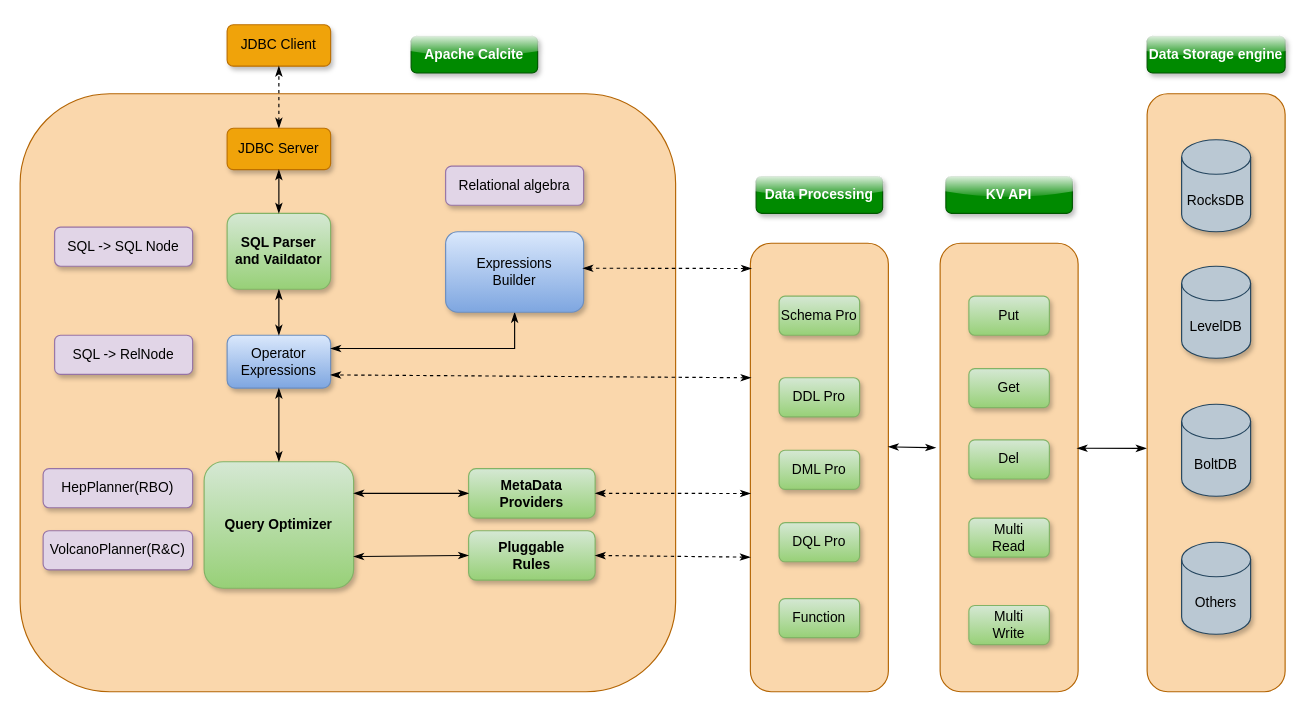
The draw.io diagram Untitled Diagram.drawio in arlottang/tdh_bit, before the edit. Source tidied: cells renumbered, new cells numbered last; positions are measured from the earlier drawing's top-left corner, leaving out a move shared by most shapes. Both pictures are drawn from the tidied source at 115%, with x=0, y=0 at pixel (20, 24).
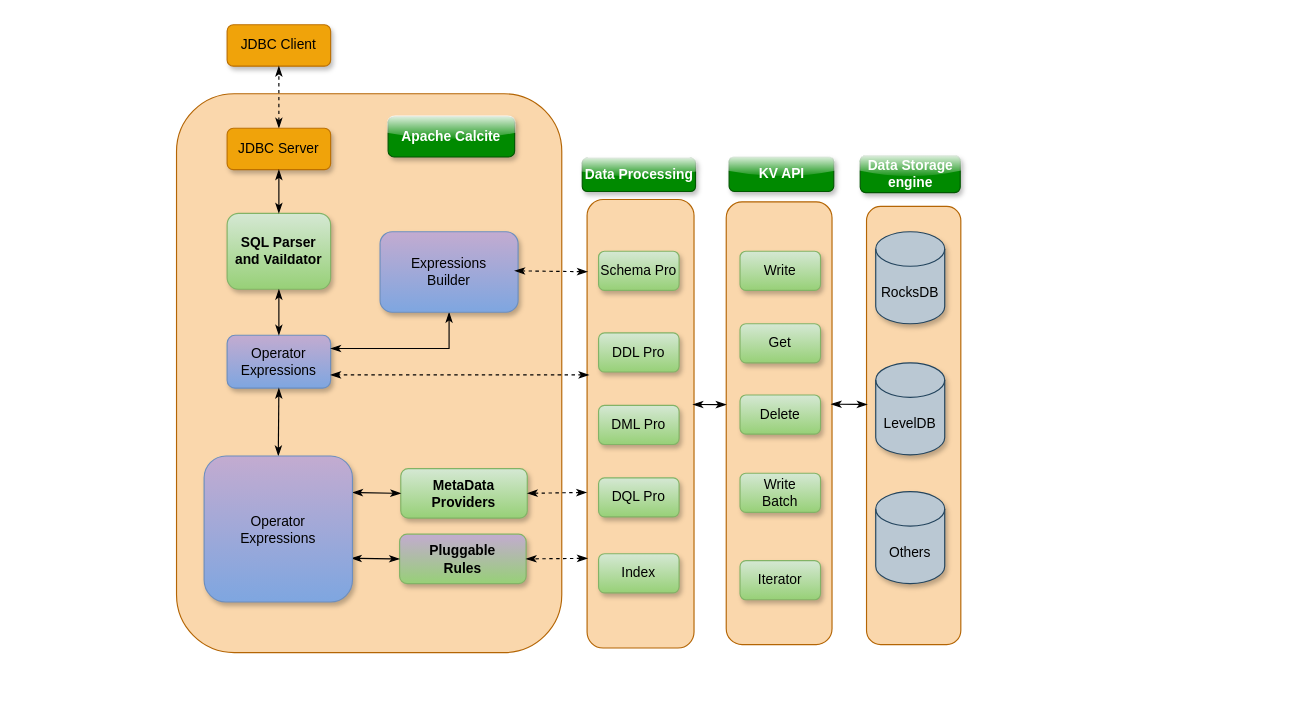
After the change.

Change to the diagram source:
```diff
@@
     <mxCell id="2" style="rounded=1;whiteSpace=wrap;html=1;hachureGap=4;strokeWidth=1;glass=0;shadow=0;fillColor=#fad7ac;strokeColor=#b46504;" parent="1" vertex="1">
-      <mxGeometry y="60" width="570" height="520" as="geometry" />
+      <mxGeometry x="136" y="60" width="335" height="486" as="geometry" />
     </mxCell>
     <mxCell id="3" value="Apache Calcite" style="rounded=1;whiteSpace=wrap;html=1;hachureGap=4;fillColor=#008a00;strokeColor=#005700;fontColor=#ffffff;fontStyle=1;shadow=1;glass=1;" parent="1" vertex="1">
-      <mxGeometry x="340" y="10" width="110" height="32" as="geometry" />
+      <mxGeometry x="320" y="80" width="110" height="35" as="geometry" />
     </mxCell>
@@
-    <mxCell id="7" value="SQL Parser&lt;br&gt;and Vaildator" style="rounded=1;whiteSpace=wrap;html=1;shadow=1;glass=0;hachureGap=4;strokeWidth=1;fillColor=#d5e8d4;fontStyle=1;strokeColor=#82b366;gradientColor=#97d077;" parent="1" vertex="1">
+    <mxCell id="7" value="SQL Parser&lt;br&gt;and Vaildator" style="rounded=1;whiteSpace=wrap;html=1;shadow=1;glass=0;hachureGap=4;strokeWidth=1;fillColor=#D5E8D4;fontStyle=1;strokeColor=#82b366;gradientColor=#97d077;" parent="1" vertex="1">
       <mxGeometry x="180" y="164" width="90" height="66" as="geometry" />
     </mxCell>
-    <mxCell id="8" value="Operator&lt;br&gt;Expressions" style="rounded=1;whiteSpace=wrap;html=1;shadow=1;glass=0;hachureGap=4;strokeWidth=1;fillColor=#dae8fc;gradientColor=#7ea6e0;strokeColor=#6c8ebf;" parent="1" vertex="1">
+    <mxCell id="8" value="Operator&lt;br&gt;Expressions" style="rounded=1;whiteSpace=wrap;html=1;shadow=1;glass=0;hachureGap=4;strokeWidth=1;fillColor=#C3ABD0;gradientColor=#7ea6e0;strokeColor=#6c8ebf;" parent="1" vertex="1">
       <mxGeometry x="180" y="270" width="90" height="46" as="geometry" />
     </mxCell>
-    <mxCell id="9" value="Query Optimizer" style="rounded=1;whiteSpace=wrap;html=1;shadow=1;glass=0;hachureGap=4;strokeWidth=1;fillColor=#d5e8d4;fontStyle=1;gradientColor=#97d077;strokeColor=#82b366;" parent="1" vertex="1">
-      <mxGeometry x="160" y="380" width="130" height="110" as="geometry" />
-    </mxCell>
@@
-    <mxCell id="11" value="Expressions&lt;br&gt;Builder" style="rounded=1;whiteSpace=wrap;html=1;shadow=1;glass=0;hachureGap=4;strokeWidth=1;fillColor=#dae8fc;gradientColor=#7ea6e0;strokeColor=#6c8ebf;" parent="1" vertex="1">
-      <mxGeometry x="370" y="180" width="120" height="70" as="geometry" />
+    <mxCell id="11" value="Expressions&lt;br&gt;Builder" style="rounded=1;whiteSpace=wrap;html=1;shadow=1;glass=0;hachureGap=4;strokeWidth=1;fillColor=#C3ABD0;gradientColor=#7ea6e0;strokeColor=#6C8EBF;" parent="1" vertex="1">
+      <mxGeometry x="313" y="180" width="120" height="70" as="geometry" />
     </mxCell>
     <mxCell id="12" value="MetaData&lt;br&gt;Providers" style="rounded=1;whiteSpace=wrap;html=1;shadow=1;glass=0;hachureGap=4;strokeWidth=1;fillColor=#d5e8d4;fontStyle=1;gradientColor=#97d077;strokeColor=#82b366;" parent="1" vertex="1">
-      <mxGeometry x="390" y="386" width="110" height="43" as="geometry" />
+      <mxGeometry x="331" y="386" width="110" height="43" as="geometry" />
     </mxCell>
-    <mxCell id="13" value="Pluggable&lt;br&gt;Rules" style="rounded=1;whiteSpace=wrap;html=1;shadow=1;glass=0;hachureGap=4;strokeWidth=1;fillColor=#d5e8d4;fontStyle=1;gradientColor=#97d077;strokeColor=#82b366;" parent="1" vertex="1">
-      <mxGeometry x="390" y="440" width="110" height="43" as="geometry" />
+    <mxCell id="13" value="Pluggable&lt;br&gt;Rules" style="rounded=1;whiteSpace=wrap;html=1;shadow=1;glass=0;hachureGap=4;strokeWidth=1;fillColor=#C3ABD0;fontStyle=1;gradientColor=#97d077;strokeColor=#82b366;" parent="1" vertex="1">
+      <mxGeometry x="330" y="443" width="110" height="43" as="geometry" />
     </mxCell>
@@
-    <mxCell id="16" style="edgeStyle=none;curved=1;rounded=0;jettySize=auto;html=1;endArrow=classicThin;sourcePerimeterSpacing=8;targetPerimeterSpacing=8;startArrow=classicThin;startFill=1;endFill=1;entryX=0.5;entryY=1;entryDx=0;entryDy=0;exitX=0.5;exitY=0;exitDx=0;exitDy=0;" parent="1" edge="1" source="9" target="8">
+    <mxCell id="16" style="edgeStyle=none;curved=1;rounded=0;jettySize=auto;html=1;endArrow=classicThin;sourcePerimeterSpacing=8;targetPerimeterSpacing=8;startArrow=classicThin;startFill=1;endFill=1;entryX=0.5;entryY=1;entryDx=0;entryDy=0;exitX=0.5;exitY=0;exitDx=0;exitDy=0;" parent="1" edge="1" source="50" target="8">
       <mxGeometry relative="1" as="geometry" />
     </mxCell>
-    <mxCell id="17" style="edgeStyle=none;curved=1;rounded=0;jettySize=auto;html=1;endArrow=classicThin;sourcePerimeterSpacing=8;targetPerimeterSpacing=8;startArrow=classicThin;startFill=1;endFill=1;entryX=0;entryY=0.5;entryDx=0;entryDy=0;exitX=1;exitY=0.25;exitDx=0;exitDy=0;" parent="1" edge="1" source="9" target="12">
+    <mxCell id="17" style="edgeStyle=none;curved=1;rounded=0;jettySize=auto;html=1;endArrow=classicThin;sourcePerimeterSpacing=8;targetPerimeterSpacing=8;startArrow=classicThin;startFill=1;endFill=1;entryX=0;entryY=0.5;entryDx=0;entryDy=0;exitX=1;exitY=0.25;exitDx=0;exitDy=0;" parent="1" edge="1" source="50" target="12">
       <mxGeometry relative="1" as="geometry" />
     </mxCell>
-    <mxCell id="18" style="edgeStyle=none;curved=1;rounded=0;jettySize=auto;html=1;endArrow=classicThin;sourcePerimeterSpacing=8;targetPerimeterSpacing=8;startArrow=classicThin;startFill=1;endFill=1;entryX=0;entryY=0.5;entryDx=0;entryDy=0;exitX=1;exitY=0.75;exitDx=0;exitDy=0;" parent="1" edge="1" source="9" target="13">
+    <mxCell id="18" style="edgeStyle=none;curved=1;rounded=0;jettySize=auto;html=1;endArrow=classicThin;sourcePerimeterSpacing=8;targetPerimeterSpacing=8;startArrow=classicThin;startFill=1;endFill=1;entryX=0;entryY=0.5;entryDx=0;entryDy=0;exitX=0.992;exitY=0.701;exitDx=0;exitDy=0;exitPerimeter=0;" parent="1" edge="1" source="50" target="13">
       <mxGeometry relative="1" as="geometry" />
     </mxCell>
     <mxCell id="19" value="Data Processing" style="rounded=1;whiteSpace=wrap;html=1;hachureGap=4;fillColor=#008a00;strokeColor=#005700;fontColor=#ffffff;fontStyle=1;shadow=1;glass=1;" parent="1" vertex="1">
-      <mxGeometry x="640" y="132" width="110" height="32" as="geometry" />
+      <mxGeometry x="488.8" y="116" width="98.5" height="29" as="geometry" />
     </mxCell>
     <mxCell id="20" value="KV API" style="rounded=1;whiteSpace=wrap;html=1;hachureGap=4;fillColor=#008a00;strokeColor=#005700;fontColor=#ffffff;fontStyle=1;shadow=1;glass=1;" parent="1" vertex="1">
-      <mxGeometry x="805" y="132" width="110" height="32" as="geometry" />
+      <mxGeometry x="616.5" y="115" width="91" height="30" as="geometry" />
     </mxCell>
     <mxCell id="21" value="Data Storage engine" style="rounded=1;whiteSpace=wrap;html=1;hachureGap=4;fillColor=#008a00;strokeColor=#005700;fontColor=#ffffff;fontStyle=1;shadow=1;glass=1;" parent="1" vertex="1">
-      <mxGeometry x="980" y="10" width="120" height="32" as="geometry" />
+      <mxGeometry x="730.5" y="114" width="87" height="32" as="geometry" />
     </mxCell>
     <mxCell id="22" style="rounded=1;whiteSpace=wrap;html=1;shadow=0;glass=0;hachureGap=4;strokeWidth=1;fillColor=#fad7ac;strokeColor=#b46504;" parent="1" vertex="1">
-      <mxGeometry x="635" y="190" width="120" height="390" as="geometry" />
+      <mxGeometry x="493" y="152" width="93" height="390" as="geometry" />
     </mxCell>
     <mxCell id="23" style="rounded=1;whiteSpace=wrap;html=1;shadow=0;glass=0;hachureGap=4;strokeWidth=1;fillColor=#fad7ac;strokeColor=#b46504;" parent="1" vertex="1">
-      <mxGeometry x="800" y="190" width="120" height="390" as="geometry" />
+      <mxGeometry x="614" y="154" width="92" height="385" as="geometry" />
     </mxCell>
     <mxCell id="24" style="rounded=1;whiteSpace=wrap;html=1;shadow=0;glass=0;hachureGap=4;strokeWidth=1;fillColor=#fad7ac;strokeColor=#b46504;" parent="1" vertex="1">
-      <mxGeometry x="980" y="60" width="120" height="520" as="geometry" />
+      <mxGeometry x="736" y="158" width="82" height="381" as="geometry" />
     </mxCell>
-    <mxCell id="25" style="edgeStyle=none;curved=1;rounded=0;jettySize=auto;html=1;endArrow=classicThin;sourcePerimeterSpacing=8;targetPerimeterSpacing=8;dashed=1;startArrow=classicThin;startFill=1;endFill=1;entryX=0.994;entryY=0.453;entryDx=0;entryDy=0;entryPerimeter=0;" parent="1" edge="1" target="11">
+    <mxCell id="25" style="edgeStyle=none;curved=1;rounded=0;jettySize=auto;html=1;endArrow=classicThin;sourcePerimeterSpacing=8;targetPerimeterSpacing=8;dashed=1;startArrow=classicThin;startFill=1;endFill=1;exitX=0.004;exitY=0.161;exitDx=0;exitDy=0;exitPerimeter=0;" parent="1" edge="1" source="22">
       <mxGeometry relative="1" as="geometry">
-        <mxPoint x="636" y="212" as="sourcePoint" />
+        <mxPoint x="430" y="214" as="targetPoint" />
       </mxGeometry>
     </mxCell>
-    <mxCell id="26" style="edgeStyle=none;curved=1;rounded=0;jettySize=auto;html=1;endArrow=classicThin;sourcePerimeterSpacing=8;targetPerimeterSpacing=8;dashed=1;startArrow=classicThin;startFill=1;endFill=1;entryX=1;entryY=0.75;entryDx=0;entryDy=0;exitX=0.005;exitY=0.3;exitDx=0;exitDy=0;exitPerimeter=0;" parent="1" edge="1" source="22" target="8">
+    <mxCell id="26" style="edgeStyle=none;curved=1;rounded=0;jettySize=auto;html=1;endArrow=classicThin;sourcePerimeterSpacing=8;targetPerimeterSpacing=8;dashed=1;startArrow=classicThin;startFill=1;endFill=1;entryX=1;entryY=0.75;entryDx=0;entryDy=0;exitX=0.018;exitY=0.391;exitDx=0;exitDy=0;exitPerimeter=0;" parent="1" edge="1" source="22" target="8">
       <mxGeometry relative="1" as="geometry" />
     </mxCell>
-    <mxCell id="27" style="edgeStyle=none;curved=1;rounded=0;jettySize=auto;html=1;endArrow=classicThin;sourcePerimeterSpacing=8;targetPerimeterSpacing=8;dashed=1;startArrow=classicThin;startFill=1;endFill=1;entryX=1;entryY=0.5;entryDx=0;entryDy=0;exitX=0.002;exitY=0.558;exitDx=0;exitDy=0;exitPerimeter=0;" parent="1" edge="1" source="22" target="12">
+    <mxCell id="27" style="edgeStyle=none;curved=1;rounded=0;jettySize=auto;html=1;endArrow=classicThin;sourcePerimeterSpacing=8;targetPerimeterSpacing=8;dashed=1;startArrow=classicThin;startFill=1;endFill=1;entryX=1;entryY=0.5;entryDx=0;entryDy=0;exitX=-0.003;exitY=0.653;exitDx=0;exitDy=0;exitPerimeter=0;" parent="1" edge="1" source="22" target="12">
       <mxGeometry relative="1" as="geometry" />
     </mxCell>
-    <mxCell id="28" style="edgeStyle=none;curved=1;rounded=0;jettySize=auto;html=1;endArrow=classicThin;sourcePerimeterSpacing=8;targetPerimeterSpacing=8;dashed=1;startArrow=classicThin;startFill=1;endFill=1;entryX=1;entryY=0.5;entryDx=0;entryDy=0;exitX=0;exitY=0.7;exitDx=0;exitDy=0;exitPerimeter=0;" parent="1" edge="1" source="22" target="13">
+    <mxCell id="28" style="edgeStyle=none;curved=1;rounded=0;jettySize=auto;html=1;endArrow=classicThin;sourcePerimeterSpacing=8;targetPerimeterSpacing=8;dashed=1;startArrow=classicThin;startFill=1;endFill=1;entryX=1;entryY=0.5;entryDx=0;entryDy=0;exitX=0.004;exitY=0.8;exitDx=0;exitDy=0;exitPerimeter=0;" parent="1" edge="1" source="22" target="13">
       <mxGeometry relative="1" as="geometry" />
     </mxCell>
-    <mxCell id="29" style="edgeStyle=none;curved=1;rounded=0;jettySize=auto;html=1;endArrow=classicThin;sourcePerimeterSpacing=8;targetPerimeterSpacing=8;startArrow=classicThin;startFill=1;endFill=1;exitX=-0.031;exitY=0.456;exitDx=0;exitDy=0;entryX=0.999;entryY=0.454;entryDx=0;entryDy=0;entryPerimeter=0;exitPerimeter=0;" parent="1" edge="1" source="23" target="22">
+    <mxCell id="29" style="edgeStyle=none;curved=1;rounded=0;jettySize=auto;html=1;endArrow=classicThin;sourcePerimeterSpacing=8;targetPerimeterSpacing=8;startArrow=classicThin;startFill=1;endFill=1;exitX=0;exitY=0.458;exitDx=0;exitDy=0;exitPerimeter=0;entryX=0.989;entryY=0.457;entryDx=0;entryDy=0;entryPerimeter=0;" parent="1" edge="1" source="23" target="22">
       <mxGeometry relative="1" as="geometry" />
     </mxCell>
-    <mxCell id="30" style="edgeStyle=none;curved=1;rounded=0;jettySize=auto;html=1;endArrow=classicThin;sourcePerimeterSpacing=8;targetPerimeterSpacing=8;startArrow=classicThin;startFill=1;endFill=1;exitX=0.992;exitY=0.457;exitDx=0;exitDy=0;exitPerimeter=0;entryX=-0.006;entryY=0.593;entryDx=0;entryDy=0;entryPerimeter=0;" parent="1" edge="1" source="23" target="24">
+    <mxCell id="30" style="edgeStyle=none;curved=1;rounded=0;jettySize=auto;html=1;endArrow=classicThin;sourcePerimeterSpacing=8;targetPerimeterSpacing=8;startArrow=classicThin;startFill=1;endFill=1;exitX=0.992;exitY=0.457;exitDx=0;exitDy=0;exitPerimeter=0;entryX=0.008;entryY=0.452;entryDx=0;entryDy=0;entryPerimeter=0;" parent="1" edge="1" source="23" target="24">
       <mxGeometry relative="1" as="geometry" />
     </mxCell>
     <mxCell id="31" value="RocksDB" style="shape=cylinder3;whiteSpace=wrap;html=1;boundedLbl=1;backgroundOutline=1;size=15;rounded=1;shadow=1;glass=0;hachureGap=4;strokeWidth=1;fillColor=#bac8d3;strokeColor=#23445d;" parent="1" vertex="1">
-      <mxGeometry x="1010" y="100" width="60" height="80" as="geometry" />
+      <mxGeometry x="744" y="180" width="60" height="80" as="geometry" />
     </mxCell>
     <mxCell id="32" value="LevelDB" style="shape=cylinder3;whiteSpace=wrap;html=1;boundedLbl=1;backgroundOutline=1;size=15;rounded=1;shadow=1;glass=0;hachureGap=4;strokeWidth=1;fillColor=#bac8d3;strokeColor=#23445d;" parent="1" vertex="1">
-      <mxGeometry x="1010" y="210" width="60" height="80" as="geometry" />
+      <mxGeometry x="744" y="294" width="60" height="80" as="geometry" />
     </mxCell>
-    <mxCell id="33" value="BoltDB" style="shape=cylinder3;whiteSpace=wrap;html=1;boundedLbl=1;backgroundOutline=1;size=15;rounded=1;shadow=1;glass=0;hachureGap=4;strokeWidth=1;fillColor=#bac8d3;strokeColor=#23445d;" parent="1" vertex="1">
-      <mxGeometry x="1010" y="330" width="60" height="80" as="geometry" />
-    </mxCell>
     <mxCell id="34" value="Others" style="shape=cylinder3;whiteSpace=wrap;html=1;boundedLbl=1;backgroundOutline=1;size=15;rounded=1;shadow=1;glass=0;hachureGap=4;strokeWidth=1;fillColor=#bac8d3;strokeColor=#23445d;" parent="1" vertex="1">
-      <mxGeometry x="1010" y="450" width="60" height="80" as="geometry" />
+      <mxGeometry x="744" y="406" width="60" height="80" as="geometry" />
     </mxCell>
     <mxCell id="35" value="Schema Pro" style="rounded=1;whiteSpace=wrap;html=1;shadow=1;glass=0;hachureGap=4;strokeWidth=1;fillColor=#d5e8d4;strokeColor=#82b366;gradientColor=#97d077;" parent="1" vertex="1">
-      <mxGeometry x="660" y="236" width="70" height="34" as="geometry" />
+      <mxGeometry x="503" y="197" width="70" height="34" as="geometry" />
     </mxCell>
     <mxCell id="36" value="DDL Pro" style="rounded=1;whiteSpace=wrap;html=1;shadow=1;glass=0;hachureGap=4;strokeWidth=1;fillColor=#d5e8d4;gradientColor=#97d077;strokeColor=#82b366;" parent="1" vertex="1">
-      <mxGeometry x="660" y="307" width="70" height="34" as="geometry" />
+      <mxGeometry x="503" y="268" width="70" height="34" as="geometry" />
     </mxCell>
     <mxCell id="37" value="DML Pro" style="rounded=1;whiteSpace=wrap;html=1;shadow=1;glass=0;hachureGap=4;strokeWidth=1;fillColor=#d5e8d4;gradientColor=#97d077;strokeColor=#82b366;" parent="1" vertex="1">
-      <mxGeometry x="660" y="370" width="70" height="34" as="geometry" />
+      <mxGeometry x="503" y="331" width="70" height="34" as="geometry" />
     </mxCell>
     <mxCell id="38" value="DQL Pro" style="rounded=1;whiteSpace=wrap;html=1;shadow=1;glass=0;hachureGap=4;strokeWidth=1;fillColor=#d5e8d4;gradientColor=#97d077;strokeColor=#82b366;" parent="1" vertex="1">
-      <mxGeometry x="660" y="433" width="70" height="34" as="geometry" />
+      <mxGeometry x="503" y="394" width="70" height="34" as="geometry" />
     </mxCell>
-    <mxCell id="39" value="Put" style="rounded=1;whiteSpace=wrap;html=1;shadow=1;glass=0;hachureGap=4;strokeWidth=1;fillColor=#d5e8d4;strokeColor=#82b366;gradientColor=#97d077;" parent="1" vertex="1">
-      <mxGeometry x="825" y="236" width="70" height="34" as="geometry" />
+    <mxCell id="39" value="Write" style="rounded=1;whiteSpace=wrap;html=1;shadow=1;glass=0;hachureGap=4;strokeWidth=1;fillColor=#d5e8d4;strokeColor=#82b366;gradientColor=#97d077;" parent="1" vertex="1">
+      <mxGeometry x="626" y="197" width="70" height="34" as="geometry" />
     </mxCell>
     <mxCell id="40" value="Get" style="rounded=1;whiteSpace=wrap;html=1;shadow=1;glass=0;hachureGap=4;strokeWidth=1;fillColor=#d5e8d4;strokeColor=#82b366;gradientColor=#97d077;" parent="1" vertex="1">
-      <mxGeometry x="825" y="299" width="70" height="34" as="geometry" />
+      <mxGeometry x="626" y="260" width="70" height="34" as="geometry" />
     </mxCell>
-    <mxCell id="41" value="Del" style="rounded=1;whiteSpace=wrap;html=1;shadow=1;glass=0;hachureGap=4;strokeWidth=1;fillColor=#d5e8d4;strokeColor=#82b366;gradientColor=#97d077;" parent="1" vertex="1">
-      <mxGeometry x="825" y="361" width="70" height="34" as="geometry" />
+    <mxCell id="41" value="Delete" style="rounded=1;whiteSpace=wrap;html=1;shadow=1;glass=0;hachureGap=4;strokeWidth=1;fillColor=#d5e8d4;strokeColor=#82b366;gradientColor=#97d077;" parent="1" vertex="1">
+      <mxGeometry x="626" y="322" width="70" height="34" as="geometry" />
     </mxCell>
-    <mxCell id="42" value="Multi&lt;br&gt;Read" style="rounded=1;whiteSpace=wrap;html=1;shadow=1;glass=0;hachureGap=4;strokeWidth=1;fillColor=#d5e8d4;strokeColor=#82b366;gradientColor=#97d077;" parent="1" vertex="1">
-      <mxGeometry x="825" y="429" width="70" height="34" as="geometry" />
+    <mxCell id="42" value="Write&lt;br&gt;Batch" style="rounded=1;whiteSpace=wrap;html=1;shadow=1;glass=0;hachureGap=4;strokeWidth=1;fillColor=#d5e8d4;strokeColor=#82b366;gradientColor=#97d077;" parent="1" vertex="1">
+      <mxGeometry x="626" y="390" width="70" height="34" as="geometry" />
     </mxCell>
-    <mxCell id="43" value="SQL -&amp;gt; SQL Node" style="rounded=1;whiteSpace=wrap;html=1;shadow=1;hachureGap=4;fillColor=#e1d5e7;strokeColor=#9673a6;sketch=0;glass=0;" parent="1" vertex="1">
-      <mxGeometry x="30" y="176" width="120" height="34" as="geometry" />
-    </mxCell>
-    <mxCell id="44" value="SQL -&amp;gt; RelNode" style="rounded=1;whiteSpace=wrap;html=1;shadow=1;hachureGap=4;fillColor=#e1d5e7;strokeColor=#9673a6;sketch=0;glass=0;" parent="1" vertex="1">
-      <mxGeometry x="30" y="270" width="120" height="34" as="geometry" />
-    </mxCell>
-    <mxCell id="45" value="VolcanoPlanner(R&amp;amp;C)" style="rounded=1;whiteSpace=wrap;html=1;shadow=1;hachureGap=4;fillColor=#e1d5e7;strokeColor=#9673a6;sketch=0;glass=0;" parent="1" vertex="1">
-      <mxGeometry x="20" y="440" width="130" height="34" as="geometry" />
-    </mxCell>
-    <mxCell id="46" value="HepPlanner(RBO)" style="rounded=1;whiteSpace=wrap;html=1;shadow=1;hachureGap=4;fillColor=#e1d5e7;strokeColor=#9673a6;sketch=0;glass=0;" parent="1" vertex="1">
-      <mxGeometry x="20" y="386" width="130" height="34" as="geometry" />
-    </mxCell>
-    <mxCell id="47" value="Relational algebra" style="rounded=1;whiteSpace=wrap;html=1;shadow=1;hachureGap=4;fillColor=#e1d5e7;strokeColor=#9673a6;sketch=0;glass=0;" parent="1" vertex="1">
-      <mxGeometry x="370" y="123" width="120" height="34" as="geometry" />
-    </mxCell>
-    <mxCell id="48" value="Multi&lt;br&gt;Write" style="rounded=1;whiteSpace=wrap;html=1;shadow=1;glass=0;hachureGap=4;strokeWidth=1;fillColor=#d5e8d4;strokeColor=#82b366;gradientColor=#97d077;" parent="1" vertex="1">
-      <mxGeometry x="825" y="505" width="70" height="34" as="geometry" />
+    <mxCell id="48" value="Iterator" style="rounded=1;whiteSpace=wrap;html=1;shadow=1;glass=0;hachureGap=4;strokeWidth=1;fillColor=#d5e8d4;strokeColor=#82b366;gradientColor=#97d077;" parent="1" vertex="1">
+      <mxGeometry x="626" y="466" width="70" height="34" as="geometry" />
     </mxCell>
-    <mxCell id="49" value="Function" style="rounded=1;whiteSpace=wrap;html=1;shadow=1;glass=0;hachureGap=4;strokeWidth=1;fillColor=#d5e8d4;gradientColor=#97d077;strokeColor=#82b366;" parent="1" vertex="1">
-      <mxGeometry x="660" y="499" width="70" height="34" as="geometry" />
+    <mxCell id="49" value="Index" style="rounded=1;whiteSpace=wrap;html=1;shadow=1;glass=0;hachureGap=4;strokeWidth=1;fillColor=#d5e8d4;gradientColor=#97d077;strokeColor=#82b366;" parent="1" vertex="1">
+      <mxGeometry x="503" y="460" width="70" height="34" as="geometry" />
     </mxCell>
+    <mxCell id="50" value="Operator&lt;br&gt;Expressions" style="rounded=1;whiteSpace=wrap;html=1;shadow=1;glass=0;hachureGap=4;strokeWidth=1;fillColor=#C3ABD0;gradientColor=#7ea6e0;strokeColor=#6c8ebf;" parent="1" vertex="1">
+      <mxGeometry x="160" y="375" width="129" height="127" as="geometry" />
+    </mxCell>
```
